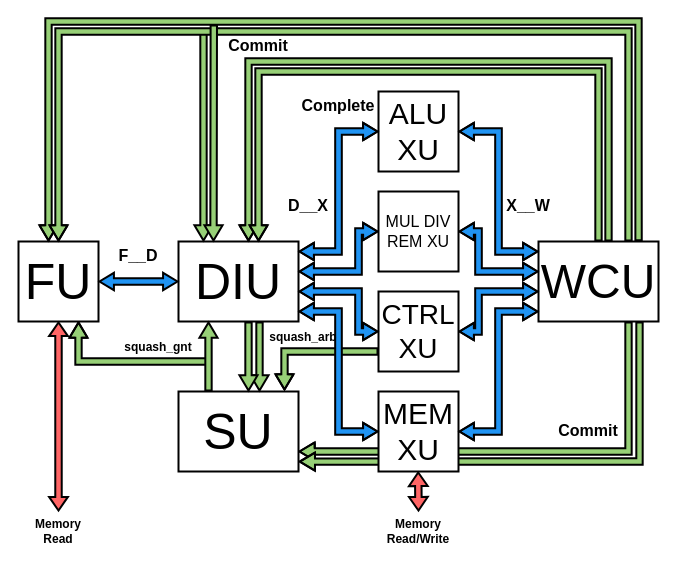
Before: page "v10" (11 of 12) of docs/overview/img/versions.drawio in cornell-brg/blimp, a draw.io diagram. Source tidied: cells renumbered, new cells numbered last; positions are measured from the earlier drawing's top-left corner, leaving out a move shared by most shapes. Both pictures are drawn from the tidied source at 100%, with x=0, y=0 at pixel (18, 21).
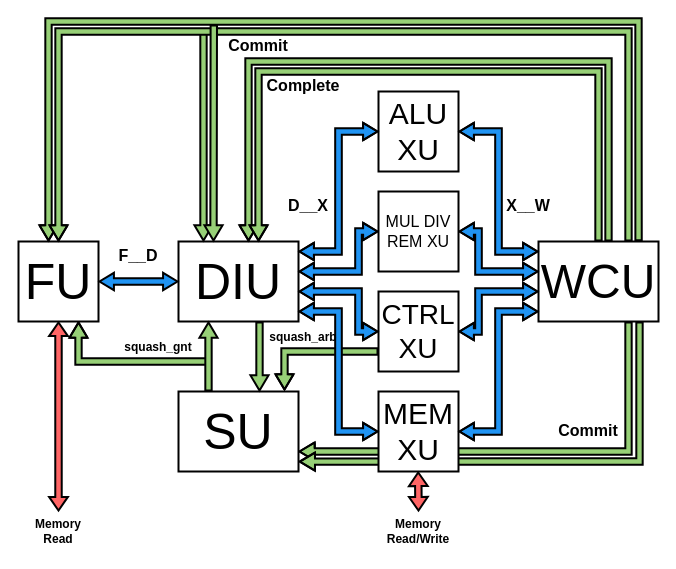
The same page after the edit.

What changed in the source:
```diff
@@
     <mxCell id="22" value="&lt;p style=&quot;line-height: 150%;&quot;&gt;&lt;font face=&quot;Source Code Pro&quot; size=&quot;1&quot;&gt;&lt;b style=&quot;font-size: 16px;&quot;&gt;Complete&lt;/b&gt;&lt;/font&gt;&lt;/p&gt;" style="text;html=1;align=center;verticalAlign=middle;whiteSpace=wrap;rounded=0;" parent="1" vertex="1">
-      <mxGeometry x="280" y="70" width="80" height="30" as="geometry" />
+      <mxGeometry x="245" y="50" width="80" height="30" as="geometry" />
     </mxCell>
@@
-    <mxCell id="40" style="shape=flexArrow;endArrow=classic;html=1;rounded=0;strokeWidth=2;width=5.369127516778524;endSize=4.413422818791947;endWidth=9.749110400432413;strokeColor=#000000;fillColor=#97D077;entryX=0.5;entryY=0;entryDx=0;entryDy=0;exitX=0.5;exitY=1;exitDx=0;exitDy=0;" parent="1" edge="1">
-      <mxGeometry relative="1" as="geometry">
-        <mxPoint x="230" y="300" as="sourcePoint" />
-        <mxPoint x="230" y="370" as="targetPoint" />
-      </mxGeometry>
-    </mxCell>
```
